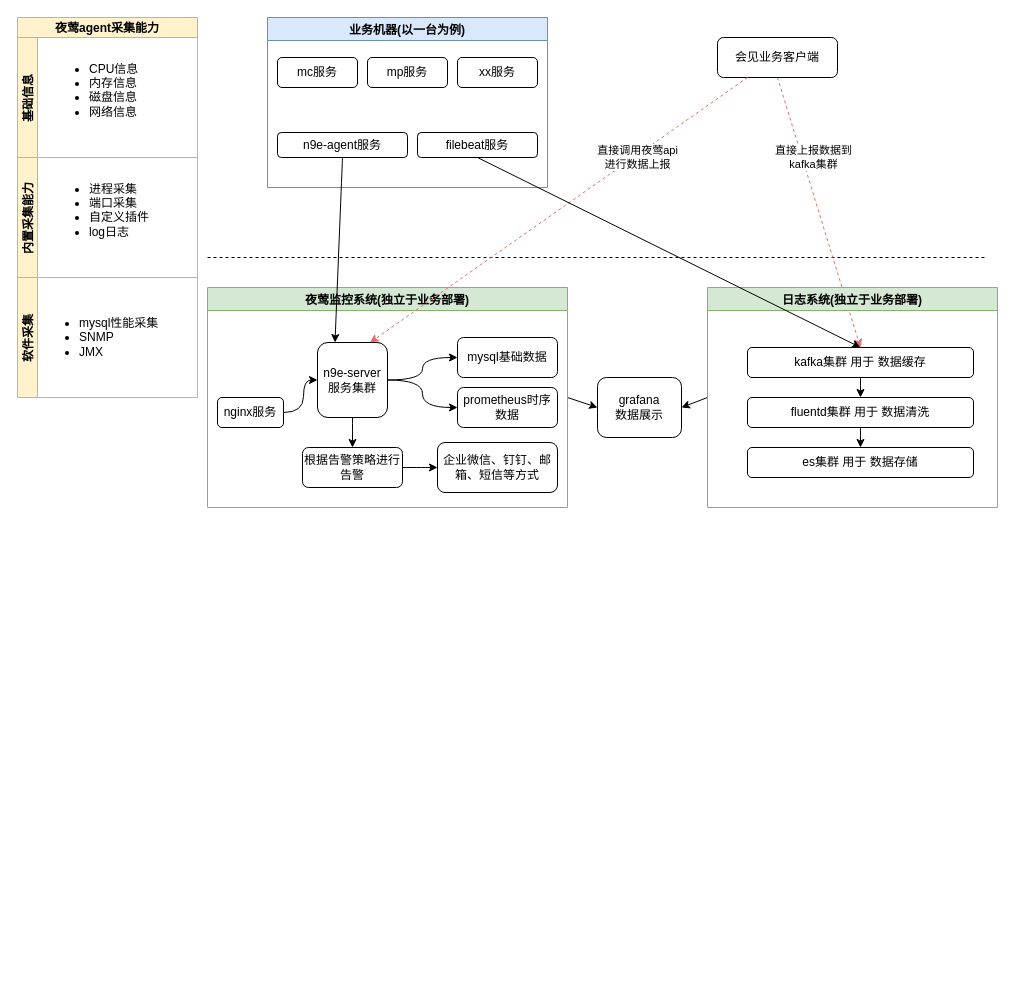
Above: Untitled Diagram.drawio in Sycjyy/myshare (draw.io), before the change. Source tidied: cells renumbered, new cells numbered last; positions are measured from the earlier drawing's top-left corner, leaving out a move shared by most shapes. Both pictures are drawn from the tidied source at 100%, with x=0, y=0 at pixel (17, 17).
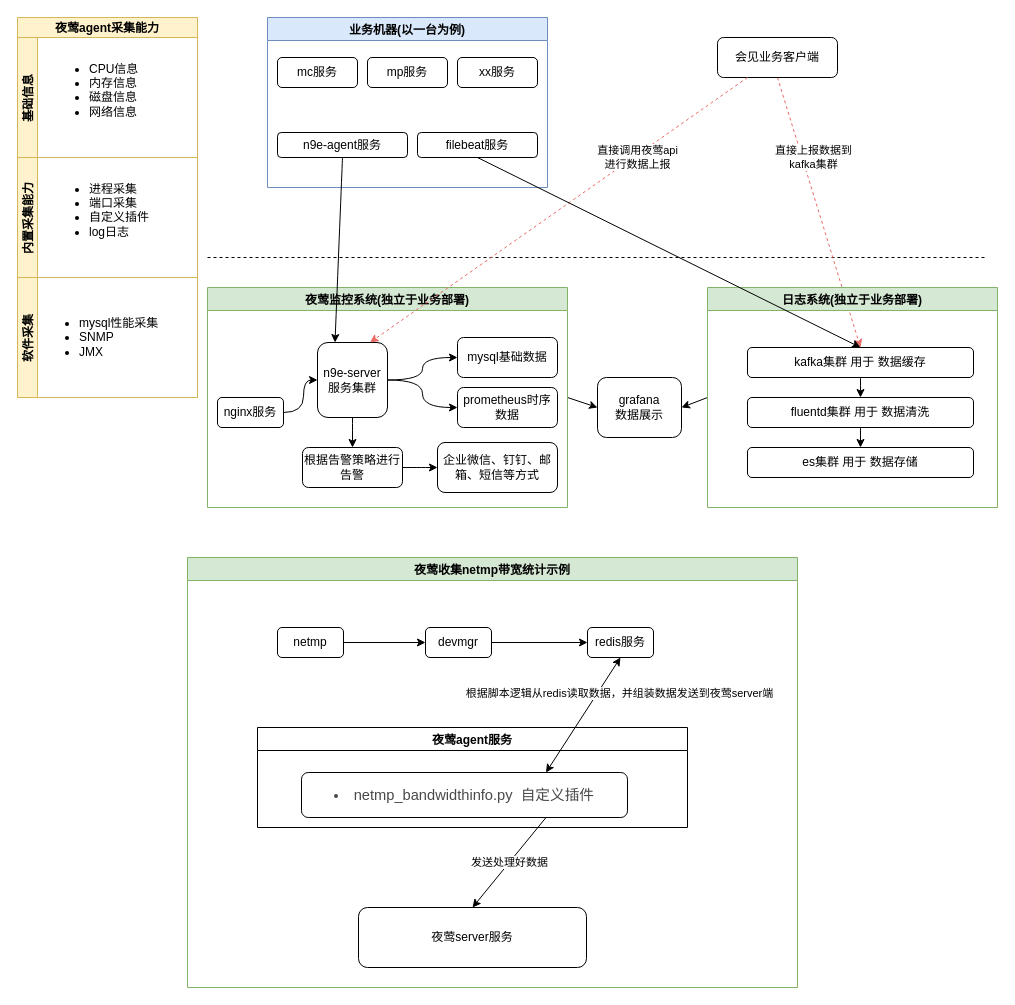
The same page after the edit.

Commit message:
增加夜莺使用示例

The edit, as a diff of the source:
```diff
@@
+    <mxCell id="44" value="夜莺收集netmp带宽统计示例" style="swimlane;align=center;fillColor=#d5e8d4;strokeColor=#82b366;" parent="1" vertex="1">
+      <mxGeometry x="170" y="540" width="610" height="430" as="geometry" />
+    </mxCell>
+    <mxCell id="45" value="redis服务" style="rounded=1;whiteSpace=wrap;html=1;align=center;" parent="44" vertex="1">
+      <mxGeometry x="400" y="70" width="66" height="30" as="geometry" />
+    </mxCell>
+    <mxCell id="46" style="edgeStyle=none;rounded=0;jettySize=auto;html=1;exitX=1;exitY=0.5;exitDx=0;exitDy=0;entryX=0;entryY=0.5;entryDx=0;entryDy=0;strokeColor=#000000;" parent="44" edge="1" source="47" target="45">
+      <mxGeometry relative="1" as="geometry" />
+    </mxCell>
+    <mxCell id="47" value="devmgr" style="rounded=1;whiteSpace=wrap;html=1;align=center;" parent="44" vertex="1">
+      <mxGeometry x="238" y="70" width="66" height="30" as="geometry" />
+    </mxCell>
+    <mxCell id="48" style="edgeStyle=none;rounded=0;jettySize=auto;html=1;exitX=1;exitY=0.5;exitDx=0;exitDy=0;entryX=0;entryY=0.5;entryDx=0;entryDy=0;strokeColor=#000000;" parent="44" edge="1" source="49" target="47">
+      <mxGeometry relative="1" as="geometry" />
+    </mxCell>
+    <mxCell id="49" value="netmp" style="rounded=1;whiteSpace=wrap;html=1;align=center;" parent="44" vertex="1">
+      <mxGeometry x="90" y="70" width="66" height="30" as="geometry" />
+    </mxCell>
+    <mxCell id="50" value="夜莺agent服务" style="swimlane;align=center;" parent="44" vertex="1">
+      <mxGeometry x="70" y="170" width="430" height="100" as="geometry" />
+    </mxCell>
+    <mxCell id="51" value="&lt;span&gt;&lt;li class=&quot;&quot; style=&quot;margin-bottom: 0pt ; margin-top: 0pt ; font-size: 11pt ; color: #494949 ; line-height: 1.7&quot;&gt;&lt;span class=&quot;ql-author-4609158&quot;&gt;netmp_bandwidthinfo.py&amp;nbsp; 自定义插件&lt;/span&gt;&lt;/li&gt;&lt;/span&gt;" style="rounded=1;whiteSpace=wrap;html=1;align=center;" parent="50" vertex="1">
+      <mxGeometry x="44" y="45" width="326" height="45" as="geometry" />
+    </mxCell>
+    <mxCell id="52" value="根据脚本逻辑从redis读取数据，并组装数据发送到夜莺server端" style="endArrow=classic;startArrow=classic;html=1;rounded=0;strokeColor=#000000;entryX=0.5;entryY=1;entryDx=0;entryDy=0;exitX=0.75;exitY=0;exitDx=0;exitDy=0;" parent="44" edge="1" source="51" target="45">
+      <mxGeometry x="0.55" y="-19" relative="1" as="geometry" />
+    </mxCell>
+    <mxCell id="53" value="夜莺server服务" style="rounded=1;whiteSpace=wrap;html=1;align=center;" parent="44" vertex="1">
+      <mxGeometry x="171" y="350" width="228" height="60" as="geometry" />
+    </mxCell>
+    <mxCell id="54" value="发送处理好数据" style="edgeStyle=none;rounded=0;jettySize=auto;html=1;exitX=0.75;exitY=1;exitDx=0;exitDy=0;entryX=0.5;entryY=0;entryDx=0;entryDy=0;strokeColor=#000000;" parent="44" edge="1" source="51" target="53">
+      <mxGeometry relative="1" as="geometry" />
+    </mxCell>
```
